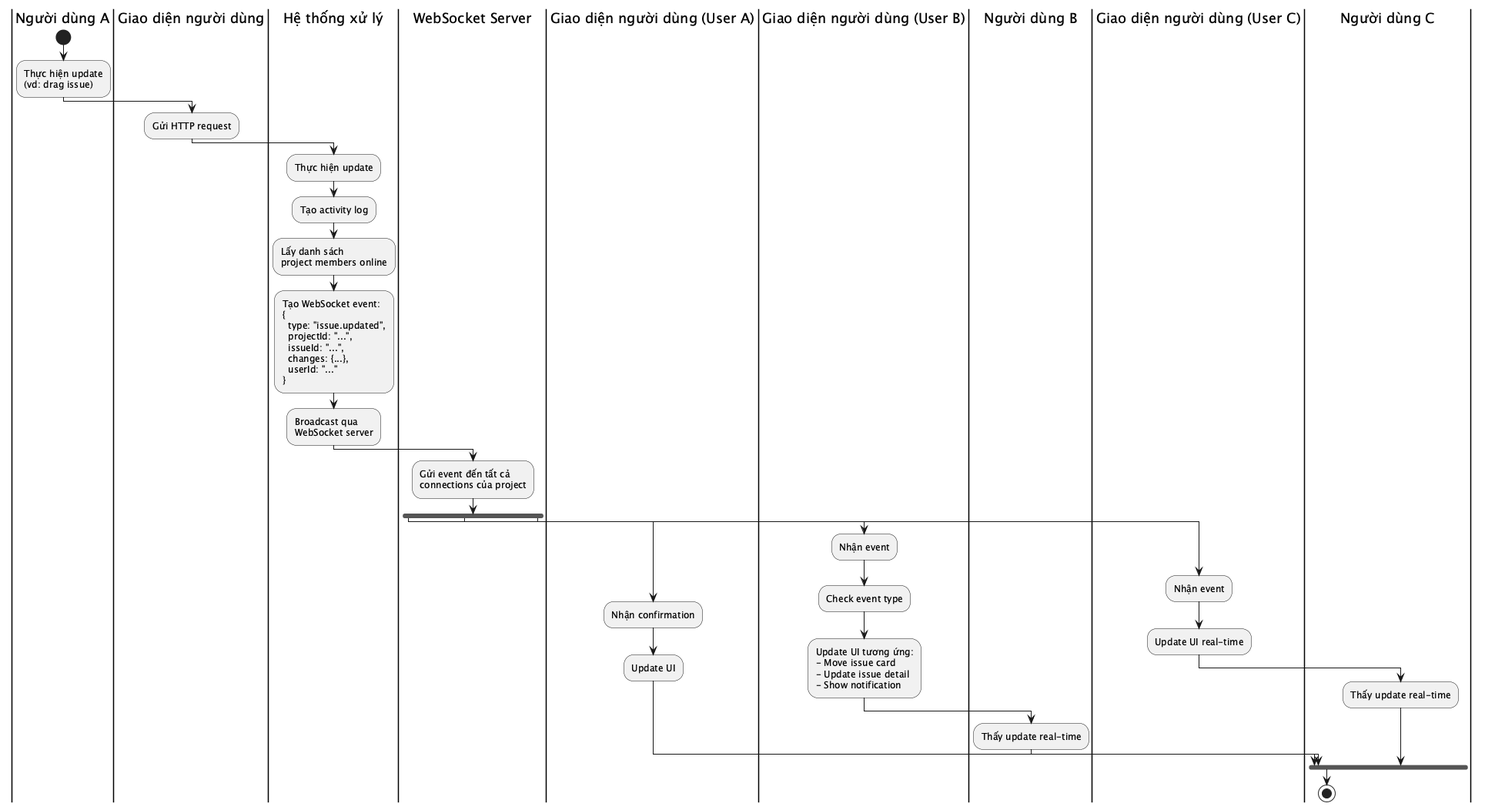
The PlantUML diagram reports/dat-examples/report/images/act_websocket_broadcast.png in toantran292/datn, before a commit. Source of this version:
```plantuml
@startuml act_websocket_broadcast
|Người dùng A|
start
:Thực hiện update
(vd: drag issue);
|Giao diện người dùng|
:Gửi HTTP request;
|Hệ thống xử lý|
:Thực hiện update;
:Tạo activity log;
:Lấy danh sách
project members online;
:Tạo WebSocket event:
{
  type: "issue.updated",
  projectId: "...",
  issueId: "...",
  changes: {...},
  userId: "..."
};
:Broadcast qua
WebSocket server;
|WebSocket Server|
:Gửi event đến tất cả
connections của project;
fork
  |Giao diện người dùng (User A)|
  :Nhận confirmation;
  :Update UI;
fork again
  |Giao diện người dùng (User B)|
  :Nhận event;
  :Check event type;
  :Update UI tương ứng:
  - Move issue card
  - Update issue detail
  - Show notification;
  |Người dùng B|
  :Thấy update real-time;
fork again
  |Giao diện người dùng (User C)|
  :Nhận event;
  :Update UI real-time;
  |Người dùng C|
  :Thấy update real-time;
end fork
stop
@enduml
```
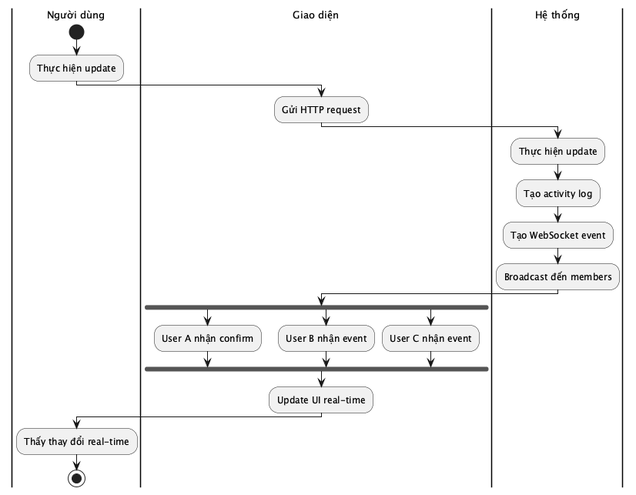
After the change.

The edit, as a diff of the source:
```diff
@@ -1,48 +1,34 @@
 @startuml act_websocket_broadcast
-|Người dùng A|
+skinparam defaultFontSize 13
+skinparam activityFontSize 12
+skinparam activityDiamondFontSize 11
+skinparam activityArrowFontSize 10
+skinparam partitionFontSize 13
+
+|Người dùng|
 start
-:Thực hiện update
-(vd: drag issue);
-|Giao diện người dùng|
+:Thực hiện update;
+
+|Giao diện|
 :Gửi HTTP request;
-|Hệ thống xử lý|
+
+|Hệ thống|
 :Thực hiện update;
 :Tạo activity log;
-:Lấy danh sách
-project members online;
-:Tạo WebSocket event:
-{
-  type: "issue.updated",
-  projectId: "...",
-  issueId: "...",
-  changes: {...},
-  userId: "..."
-};
-:Broadcast qua
-WebSocket server;
-|WebSocket Server|
-:Gửi event đến tất cả
-connections của project;
+:Tạo WebSocket event;
+:Broadcast đến members;
+
+|Giao diện|
 fork
-  |Giao diện người dùng (User A)|
-  :Nhận confirmation;
-  :Update UI;
+  :User A nhận confirm;
 fork again
-  |Giao diện người dùng (User B)|
-  :Nhận event;
-  :Check event type;
-  :Update UI tương ứng:
-  - Move issue card
-  - Update issue detail
-  - Show notification;
-  |Người dùng B|
-  :Thấy update real-time;
+  :User B nhận event;
 fork again
-  |Giao diện người dùng (User C)|
-  :Nhận event;
-  :Update UI real-time;
-  |Người dùng C|
-  :Thấy update real-time;
+  :User C nhận event;
 end fork
+:Update UI real-time;
+
+|Người dùng|
+:Thấy thay đổi real-time;
 stop
 @enduml
```
